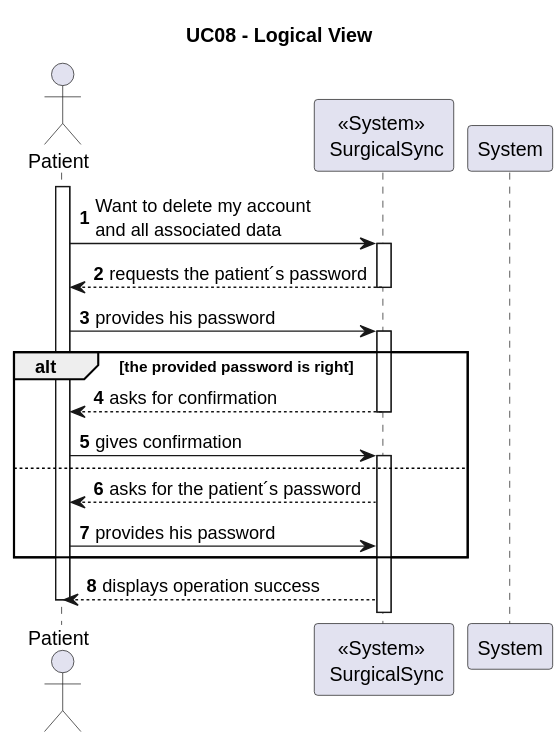
Above: Wiki/SprintA/diagrams/use-cases/8-delete-my-account-and-all-associated-data/level1/process-view.svg in MiguelCardoso77/SurgicalSync-BackEnd (PlantUML), before the change.
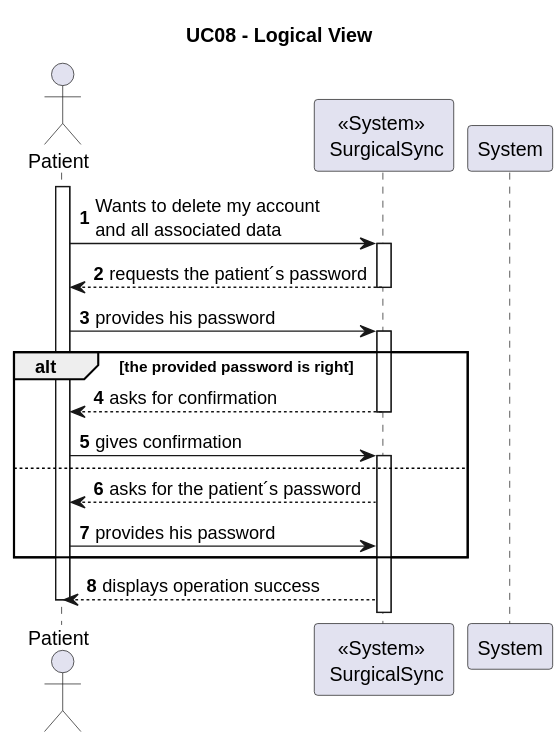
The same file after the commit.

Commit message:
Process view diagram fix #5

The edit, as a diff of the source:
```diff
@@ -8,7 +8,7 @@
 
 activate P
 
-P -> SYSTEM: Want to delete my account \nand all associated data
+P -> SYSTEM: Wants to delete my account \nand all associated data
 
     activate SYSTEM
 
```
